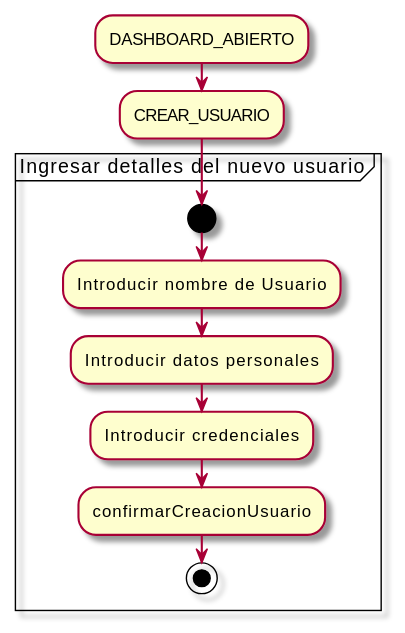
Earlier version of the PlantUML export imagenes/casosDeUso/detalles/crearUsuario.svg (mmasias/23-24-IdSw1-SDR).
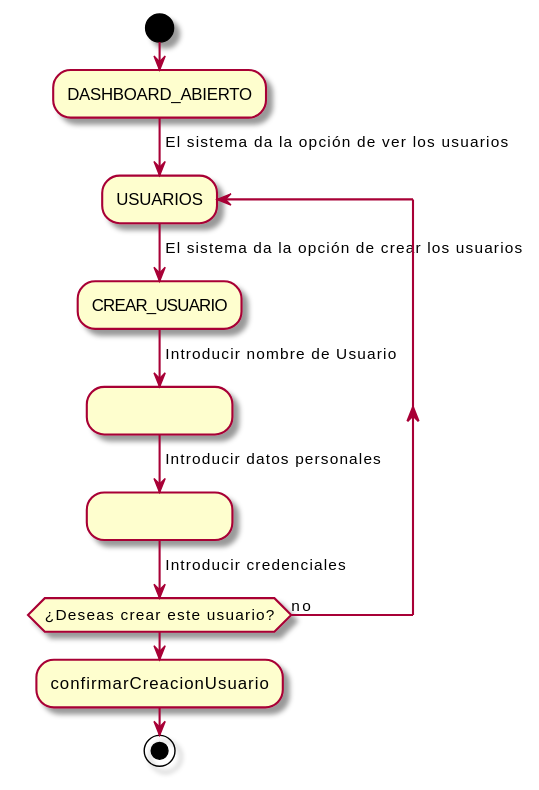
The same diagram one commit later.

Commit message:
Modificacion caso de uso Crear Usuario

The edit, as a diff of the source:
```diff
@@ -1,15 +1,22 @@
 @startuml
 skin rose
 
+
+  start
 :DASHBOARD_ABIERTO;
+-> El sistema da la opción de ver los usuarios;
+repeat :USUARIOS
+-> El sistema da la opción de crear los usuarios;
 :CREAR_USUARIO;
+-> Ingresar detalles del nuevo usuario
 
-partition "Ingresar detalles del nuevo usuario" {
-  start
-  :Introducir nombre de Usuario;
-  :Introducir datos personales;
-  :Introducir credenciales;
+  :                     ;
+  ->Introducir nombre de Usuario;
+  :                     ;
+  ->Introducir datos personales;
+  :                     ;
+  ->Introducir credenciales;
+repeat while (¿Deseas crear este usuario?) is (no)
   :confirmarCreacionUsuario;
   stop
-}
 @enduml
```
